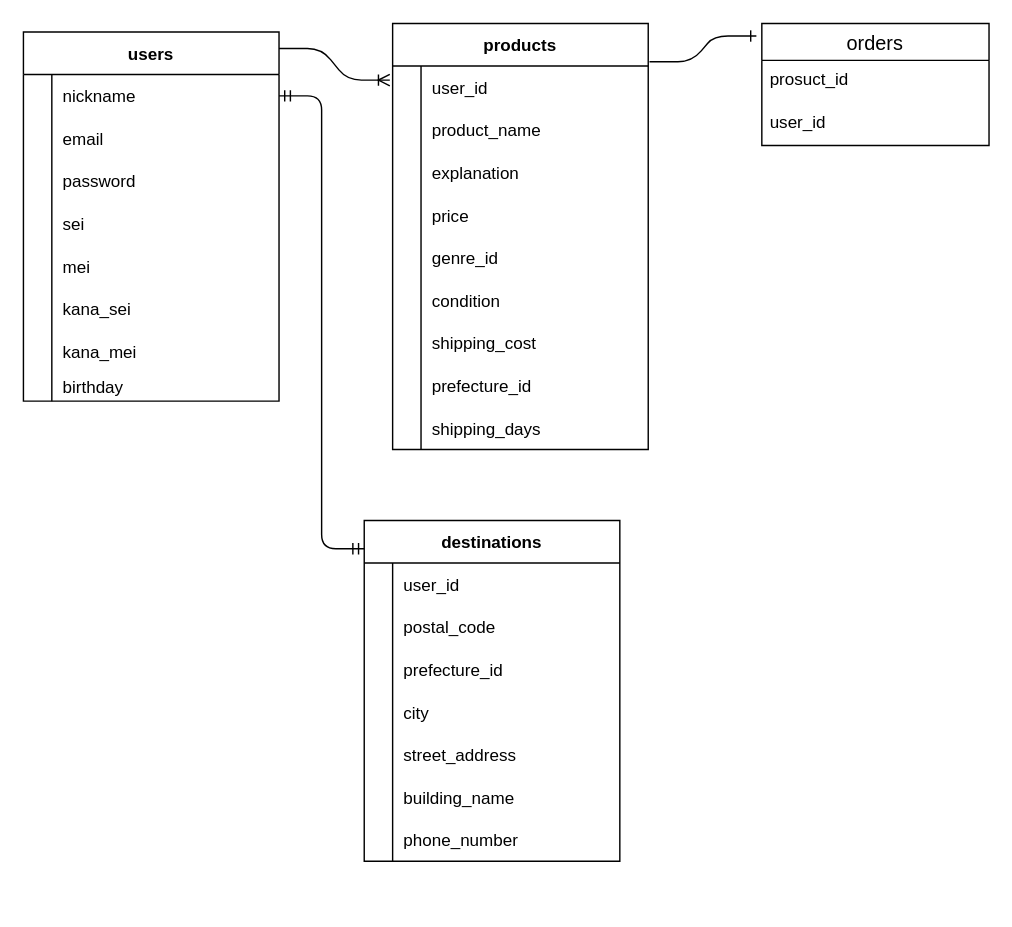
Earlier version of the draw.io diagram furima.dio (hanacat299/furima-40354). Source tidied: cells renumbered, new cells numbered last; positions are measured from the earlier drawing's top-left corner, leaving out a move shared by most shapes. Both pictures are drawn from the tidied source at 142%, with x=0, y=0 at pixel (23, 23).
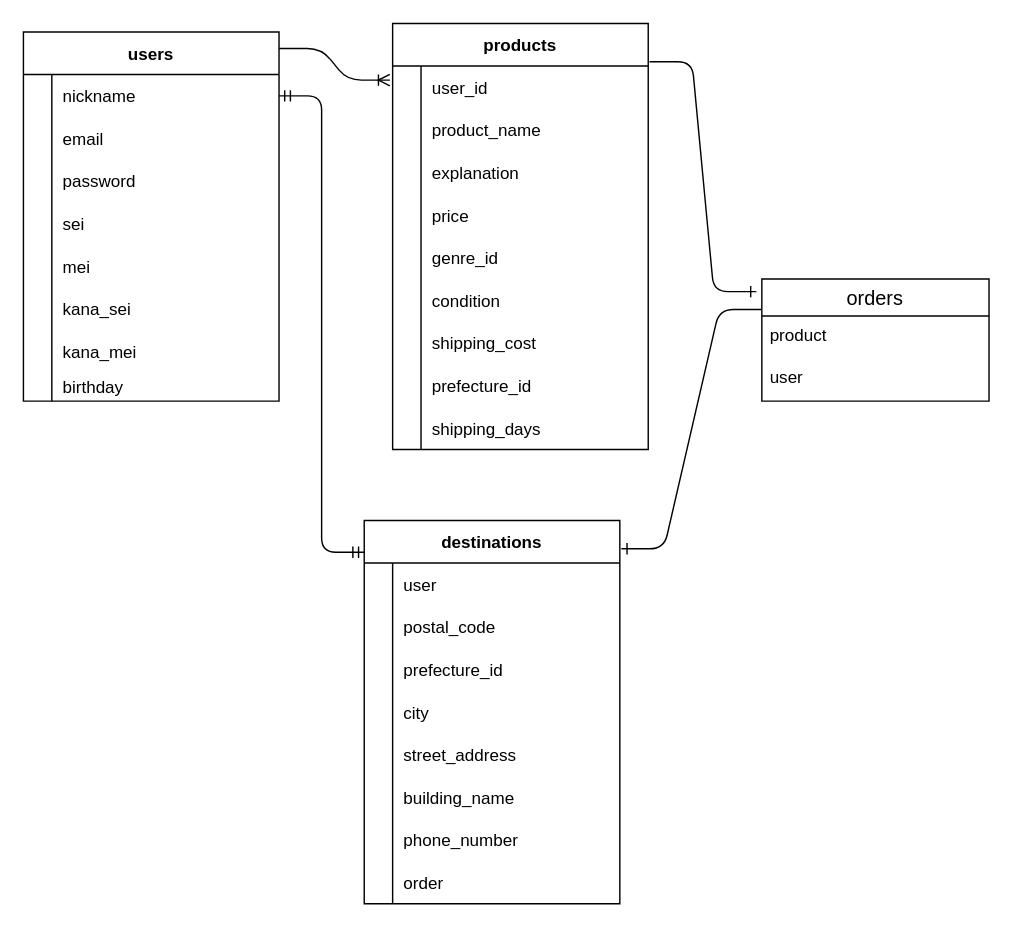
The same page after the edit.

Commit message (it also covers changes not shown here):
DB設計の修正：2回目

The change refers to these unchanged cells:
```xml
<mxCell id="56" style="shape=tableRow;horizontal=0;startSize=0;swimlaneHead=0;swimlaneBody=0;fillColor=none;top=0;left=0;right=0;bottom=0;" parent="55" vertex="1">
  <mxGeometry y="30" width="180" height="30" as="geometry" />
</mxCell>
```

The edit, as a diff of the source:
```diff
@@
     <mxCell id="55" value="destinations" style="shape=table;startSize=30;childLayout=tableLayout;rowLines=0;fontStyle=1;align=center;" parent="1" vertex="1">
-      <mxGeometry x="240" y="350" width="180" height="240" as="geometry" />
+      <mxGeometry x="240" y="350" width="180" height="270" as="geometry" />
     </mxCell>
@@
-    <mxCell id="58" value="user_id" style="shape=partialRectangle;fillColor=none;top=0;left=0;bottom=0;right=0;align=left;spacingLeft=6;overflow=hidden;" parent="56" vertex="1">
+    <mxCell id="58" value="user" style="shape=partialRectangle;fillColor=none;top=0;left=0;bottom=0;right=0;align=left;spacingLeft=6;overflow=hidden;" parent="56" vertex="1">
       <mxGeometry x="20" width="160" height="30" as="geometry" />
     </mxCell>
@@
+    <mxCell id="83" style="shape=tableRow;horizontal=0;startSize=0;swimlaneHead=0;swimlaneBody=0;fillColor=none;top=0;left=0;right=0;bottom=0;" parent="55" vertex="1">
+      <mxGeometry y="240" width="180" height="30" as="geometry" />
+    </mxCell>
+    <mxCell id="84" style="shape=partialRectangle;fillColor=none;top=0;left=0;bottom=0;right=0;overflow=hidden;" parent="83" vertex="1">
+      <mxGeometry width="20" height="30" as="geometry" />
+    </mxCell>
+    <mxCell id="85" value="order" style="shape=partialRectangle;fillColor=none;top=0;left=0;bottom=0;right=0;align=left;spacingLeft=6;overflow=hidden;" parent="83" vertex="1">
+      <mxGeometry x="20" width="160" height="30" as="geometry" />
+    </mxCell>
@@
     <mxCell id="79" value="orders" style="swimlane;fontStyle=0;horizontal=1;startSize=26;align=center;fontSize=14;" parent="1" vertex="1">
-      <mxGeometry x="520" width="160" height="86" as="geometry" />
+      <mxGeometry x="520" y="180" width="160" height="86" as="geometry" />
     </mxCell>
-    <mxCell id="80" value="prosuct_id" style="text;strokeColor=none;fillColor=none;spacingLeft=4;spacingRight=4;overflow=hidden;fontSize=12;" parent="79" vertex="1">
+    <mxCell id="80" value="product" style="text;strokeColor=none;fillColor=none;spacingLeft=4;spacingRight=4;overflow=hidden;fontSize=12;" parent="79" vertex="1">
       <mxGeometry y="26" width="160" height="30" as="geometry" />
     </mxCell>
-    <mxCell id="81" value="user_id" style="text;strokeColor=none;fillColor=none;spacingLeft=4;spacingRight=4;overflow=hidden;fontSize=12;" parent="79" vertex="1">
+    <mxCell id="81" value="user" style="text;strokeColor=none;fillColor=none;spacingLeft=4;spacingRight=4;overflow=hidden;fontSize=12;" parent="79" vertex="1">
       <mxGeometry y="56" width="160" height="30" as="geometry" />
     </mxCell>
@@
+    <mxCell id="86" style="edgeStyle=entityRelationEdgeStyle;fontSize=12;html=1;endArrow=ERone;endFill=1;entryX=1.006;entryY=0.074;entryDx=0;entryDy=0;entryPerimeter=0;exitX=0;exitY=0.25;exitDx=0;exitDy=0;" parent="1" edge="1" source="79" target="55">
+      <mxGeometry relative="1" as="geometry" />
+    </mxCell>
```
